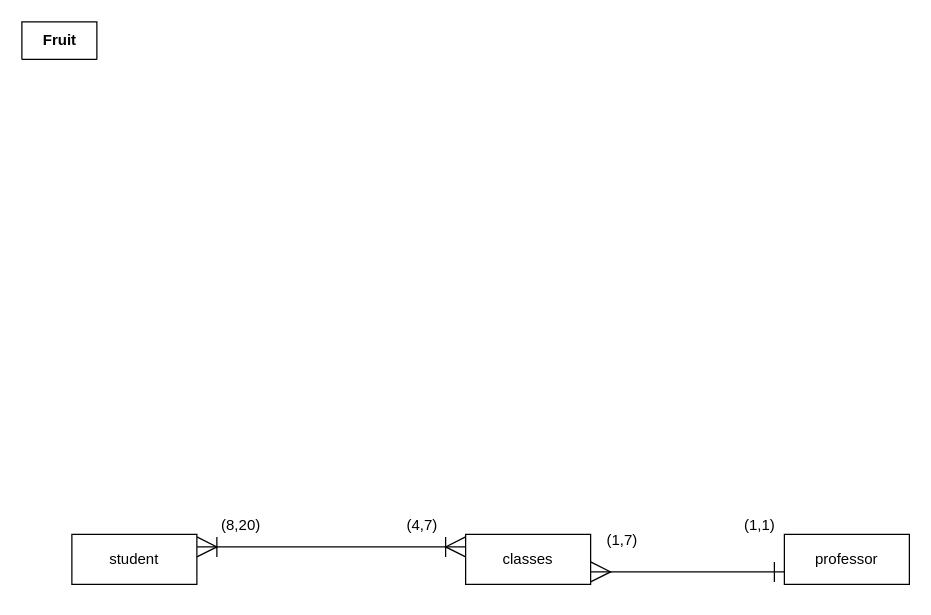
Earlier version of the draw.io diagram 01_20_26/erd.drawio (CSCI210-FW/CSCI210-0AC-FW-202530-Demos). Source tidied: cells renumbered, new cells numbered last; positions are measured from the earlier drawing's top-left corner, leaving out a move shared by most shapes. Both pictures are drawn from the tidied source at 125%, with x=0, y=0 at pixel (21, 21).
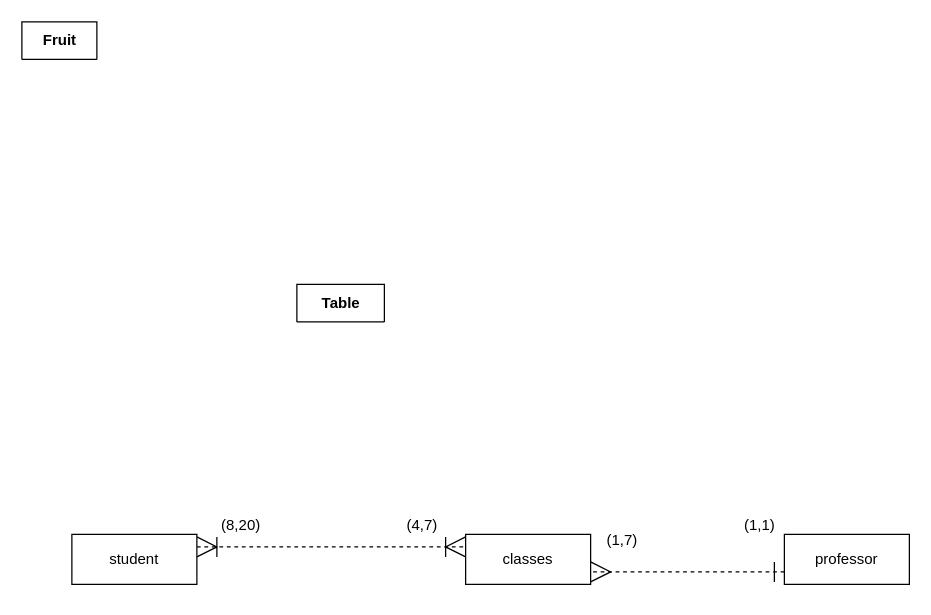
After the change.

The edit, as a diff of the source:
```diff
@@
 <mxGraphModel>
   <root>
     <mxCell id="0" />
     <mxCell id="1" parent="0" />
     <mxCell id="2" value="Fruit" style="shape=table;startSize=30;childLayout=tableLayout;rowLines=0;fontStyle=1;align=center;html=1;" parent="1" vertex="1" collapsed="1">
       <mxGeometry width="60" height="30" as="geometry" />
     </mxCell>
-    <mxCell id="3" style="edgeStyle=none;html=1;exitX=1;exitY=0.25;exitDx=0;exitDy=0;entryX=0;entryY=0.25;entryDx=0;entryDy=0;endSize=14;startSize=14;startArrow=ERoneToMany;startFill=0;endArrow=ERoneToMany;endFill=0;" parent="1" edge="1" source="4" target="5">
+    <mxCell id="3" style="edgeStyle=none;html=1;exitX=1;exitY=0.25;exitDx=0;exitDy=0;entryX=0;entryY=0.25;entryDx=0;entryDy=0;endSize=14;startSize=14;startArrow=ERoneToMany;startFill=0;endArrow=ERoneToMany;endFill=0;dashed=1;" parent="1" edge="1" source="4" target="5">
       <mxGeometry relative="1" as="geometry" />
     </mxCell>
     <mxCell id="4" value="student" style="whiteSpace=wrap;html=1;align=center;" parent="1" vertex="1">
       <mxGeometry x="40" y="410" width="100" height="40" as="geometry" />
     </mxCell>
     <mxCell id="5" value="classes" style="whiteSpace=wrap;html=1;align=center;" parent="1" vertex="1">
       <mxGeometry x="355" y="410" width="100" height="40" as="geometry" />
     </mxCell>
-    <mxCell id="6" style="edgeStyle=none;html=1;exitX=0;exitY=0.75;exitDx=0;exitDy=0;entryX=1;entryY=0.75;entryDx=0;entryDy=0;endSize=14;startSize=14;startArrow=ERone;startFill=0;endArrow=ERmany;endFill=0;" parent="1" edge="1" source="7" target="5">
+    <mxCell id="6" style="edgeStyle=none;html=1;exitX=0;exitY=0.75;exitDx=0;exitDy=0;entryX=1;entryY=0.75;entryDx=0;entryDy=0;endSize=14;startSize=14;startArrow=ERone;startFill=0;endArrow=ERmany;endFill=0;dashed=1;" parent="1" edge="1" source="7" target="5">
       <mxGeometry relative="1" as="geometry" />
     </mxCell>
     <mxCell id="7" value="professor" style="whiteSpace=wrap;html=1;align=center;" parent="1" vertex="1">
       <mxGeometry x="610" y="410" width="100" height="40" as="geometry" />
     </mxCell>
     <mxCell id="8" value="(4,7)" style="text;html=1;align=center;verticalAlign=middle;strokeColor=none;fillColor=none;" parent="1" vertex="1">
       <mxGeometry x="295" y="388" width="50" height="30" as="geometry" />
     </mxCell>
     <mxCell id="9" value="(8,20)" style="text;html=1;align=center;verticalAlign=middle;strokeColor=none;fillColor=none;" parent="1" vertex="1">
       <mxGeometry x="150" y="388" width="50" height="30" as="geometry" />
     </mxCell>
     <mxCell id="10" value="(1,1)" style="text;html=1;align=center;verticalAlign=middle;strokeColor=none;fillColor=none;" parent="1" vertex="1">
       <mxGeometry x="565" y="388" width="50" height="30" as="geometry" />
     </mxCell>
     <mxCell id="11" value="(1,7)" style="text;html=1;align=center;verticalAlign=middle;strokeColor=none;fillColor=none;" parent="1" vertex="1">
       <mxGeometry x="455" y="400" width="50" height="30" as="geometry" />
     </mxCell>
+    <mxCell id="12" value="Table" style="shape=table;startSize=30;childLayout=tableLayout;rowLines=0;fontStyle=1;align=center;html=1;" parent="1" vertex="1" collapsed="1">
+      <mxGeometry x="220" y="210" width="70" height="30" as="geometry" />
+    </mxCell>
   </root>
 </mxGraphModel>
```
